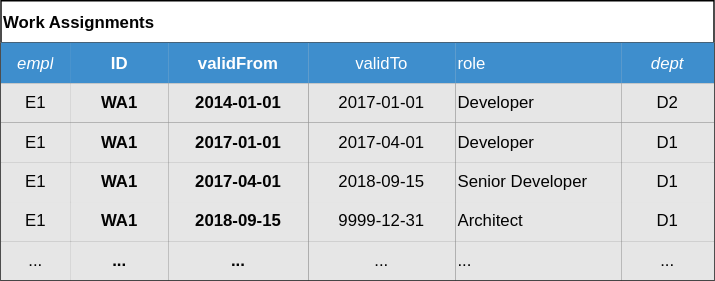
This is guides/assets/temporal-data/time-slices.drawio.svg from cap-js/docs, a draw.io export, as it was before one commit. Source tidied: cells renumbered, new cells last; positions are measured from the earlier drawing's top-left corner, leaving out a move shared by most shapes.
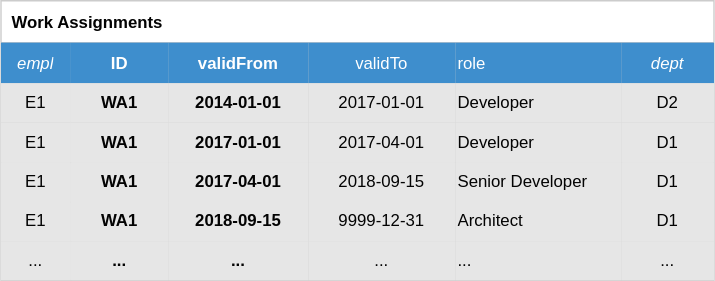
After the commit.

Diff of the diagram source:
```diff
@@ -2,7 +2,7 @@
   <root>
     <mxCell id="0" />
     <mxCell id="1" parent="0" />
-    <mxCell id="2" value="Work Assignments" style="shape=table;startSize=30;labelBackgroundColor=none;labelBorderColor=none;fontColor=#030303;fillColor=#FFFFFF;align=left;swimlaneLine=1;rounded=0;fontStyle=1;rowLines=1;columnLines=1;" parent="1" vertex="1">
+    <mxCell id="2" value="Work Assignments" style="shape=table;startSize=30;labelBackgroundColor=none;labelBorderColor=none;fontColor=#030303;fillColor=#FFFFFF;align=left;swimlaneLine=1;rounded=0;fontStyle=1;rowLines=1;columnLines=1;spacing=8;strokeColor=#cccccc;" parent="1" vertex="1">
       <mxGeometry width="510" height="200" as="geometry" />
     </mxCell>
     <mxCell id="3" style="shape=tableRow;horizontal=0;startSize=0;swimlaneHead=0;swimlaneBody=0;top=0;left=0;bottom=0;right=0;fillColor=#CCCCCC;labelBackgroundColor=none;labelBorderColor=none;fontColor=#FFFFFF;swimlaneLine=1;separatorColor=#D9D9D9;" parent="2" vertex="1">
```
